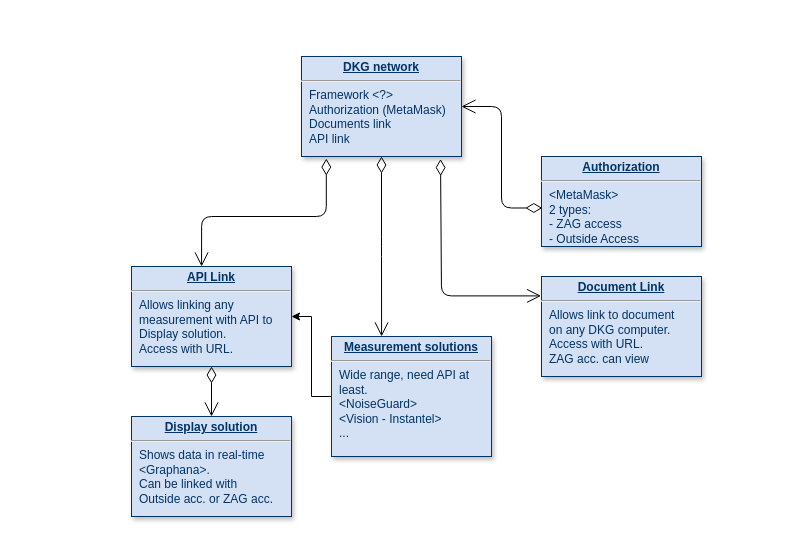
The draw.io diagram Basic Diagram.drawio in RokRud/ZAG-DKG, before the edit. Source tidied: cells renumbered, new cells numbered last; positions are measured from the earlier drawing's top-left corner, leaving out a move shared by most shapes. Both pictures are drawn from the tidied source at 100%, with x=0, y=0 at pixel (131, 56).
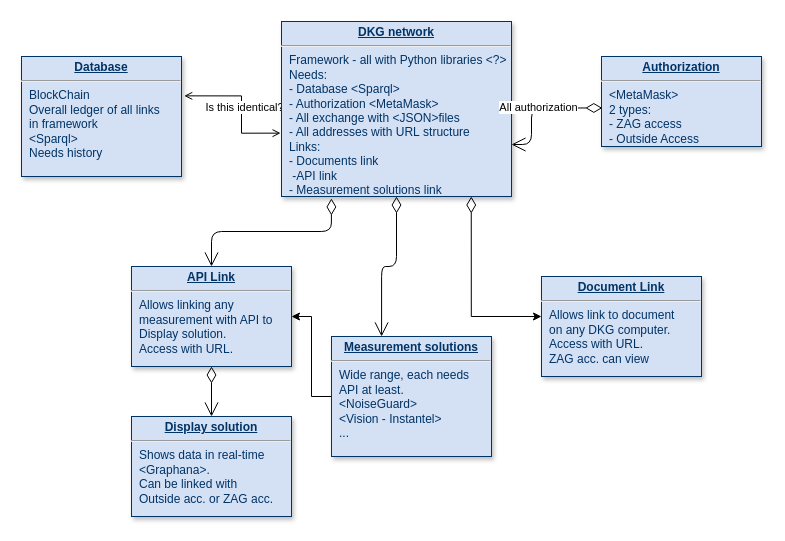
Above is the later version.

Unchanged cells that the change refers to:
```xml
<mxCell id="6" value="&lt;p style=&quot;margin: 0px; margin-top: 4px; text-align: center; text-decoration: underline;&quot;&gt;&lt;b&gt;Document Link&lt;/b&gt;&lt;/p&gt;&lt;hr&gt;&lt;p style=&quot;margin: 0px; margin-left: 8px;&quot;&gt;Allows link to document&lt;/p&gt;&lt;p style=&quot;margin: 0px; margin-left: 8px;&quot;&gt;on any DKG computer.&lt;/p&gt;&lt;p style=&quot;margin: 0px; margin-left: 8px;&quot;&gt;Access with URL.&lt;/p&gt;&lt;p style=&quot;margin: 0px; margin-left: 8px;&quot;&gt;ZAG acc. can view&lt;/p&gt;&lt;p style=&quot;margin: 0px; margin-left: 8px;&quot;&gt;&lt;br&gt;&lt;/p&gt;" style="verticalAlign=top;align=left;overflow=fill;fontSize=12;fontFamily=Helvetica;html=1;strokeColor=#003366;shadow=1;fillColor=#D4E1F5;fontColor=#003366;" parent="1" vertex="1">
  <mxGeometry x="410" y="220" width="160" height="100" as="geometry" />
</mxCell>
<mxCell id="7" value="&lt;p style=&quot;margin: 0px; margin-top: 4px; text-align: center; text-decoration: underline;&quot;&gt;&lt;b&gt;API Link&lt;/b&gt;&lt;/p&gt;&lt;hr&gt;&lt;p style=&quot;margin: 0px; margin-left: 8px;&quot;&gt;Allows linking any&lt;/p&gt;&lt;p style=&quot;margin: 0px; margin-left: 8px;&quot;&gt;&lt;span style=&quot;background-color: transparent; color: light-dark(rgb(0, 51, 102), rgb(161, 205, 249));&quot;&gt;measurement with API to&lt;/span&gt;&lt;/p&gt;&lt;p style=&quot;margin: 0px; margin-left: 8px;&quot;&gt;&lt;span style=&quot;background-color: transparent; color: light-dark(rgb(0, 51, 102), rgb(161, 205, 249));&quot;&gt;Display solution.&lt;/span&gt;&lt;/p&gt;&lt;p style=&quot;margin: 0px; margin-left: 8px;&quot;&gt;Access with URL.&lt;/p&gt;" style="verticalAlign=top;align=left;overflow=fill;fontSize=12;fontFamily=Helvetica;html=1;strokeColor=#003366;shadow=1;fillColor=#D4E1F5;fontColor=#003366;" parent="1" vertex="1">
  <mxGeometry y="210" width="160" height="100" as="geometry" />
</mxCell>
```

The edit, as a diff of the source:
```diff
@@
+    <mxCell id="14" style="edgeStyle=orthogonalEdgeStyle;rounded=0;jettySize=auto;html=1;entryX=1.017;entryY=0.328;entryDx=0;entryDy=0;startArrow=open;startFill=0;endArrow=open;endFill=0;exitX=-0.004;exitY=0.638;exitDx=0;exitDy=0;exitPerimeter=0;entryPerimeter=0;" parent="1" edge="1" source="2" target="17">
+      <mxGeometry relative="1" as="geometry">
+        <Array as="points">
+          <mxPoint x="110" y="77" />
+          <mxPoint x="110" y="39" />
+        </Array>
+      </mxGeometry>
+    </mxCell>
+    <mxCell id="15" value="Is this identical?" style="edgeLabel;html=1;align=center;verticalAlign=middle;" parent="14" vertex="1">
+      <mxGeometry x="0.18" y="-3" relative="1" as="geometry">
+        <mxPoint x="5" y="14" as="offset" />
+      </mxGeometry>
+    </mxCell>
-    <mxCell id="2" value="&lt;p style=&quot;margin: 0px; margin-top: 4px; text-align: center; text-decoration: underline;&quot;&gt;&lt;b&gt;DKG network&lt;/b&gt;&lt;/p&gt;&lt;hr&gt;&lt;p style=&quot;margin: 0px; margin-left: 8px;&quot;&gt;Framework &amp;lt;?&amp;gt;&lt;/p&gt;&lt;p style=&quot;margin: 0px; margin-left: 8px;&quot;&gt;Authorization (MetaMask)&lt;/p&gt;&lt;p style=&quot;margin: 0px; margin-left: 8px;&quot;&gt;Documents link&lt;/p&gt;&lt;p style=&quot;margin: 0px; margin-left: 8px;&quot;&gt;API link&lt;/p&gt;" style="verticalAlign=top;align=left;overflow=fill;fontSize=12;fontFamily=Helvetica;html=1;strokeColor=#003366;shadow=1;fillColor=#D4E1F5;fontColor=#003366;" parent="1" vertex="1">
-      <mxGeometry x="170" width="160" height="100" as="geometry" />
+    <mxCell id="2" value="&lt;p style=&quot;margin: 0px; margin-top: 4px; text-align: center; text-decoration: underline;&quot;&gt;&lt;b&gt;DKG network&lt;/b&gt;&lt;/p&gt;&lt;hr&gt;&lt;p style=&quot;margin: 0px; margin-left: 8px;&quot;&gt;Framework - all with Python&amp;nbsp;&lt;span style=&quot;background-color: transparent; color: light-dark(rgb(0, 51, 102), rgb(161, 205, 249));&quot;&gt;libraries &amp;lt;?&amp;gt;&lt;/span&gt;&lt;/p&gt;&lt;p style=&quot;margin: 0px; margin-left: 8px;&quot;&gt;Needs:&lt;/p&gt;&lt;p style=&quot;margin: 0px; margin-left: 8px;&quot;&gt;- Database &amp;lt;Sparql&amp;gt;&lt;/p&gt;&lt;p style=&quot;margin: 0px; margin-left: 8px;&quot;&gt;- Authorization &amp;lt;MetaMask&amp;gt;&lt;/p&gt;&lt;p style=&quot;margin: 0px; margin-left: 8px;&quot;&gt;- All exchange with &amp;lt;JSON&amp;gt;&lt;span style=&quot;background-color: transparent; color: light-dark(rgb(0, 51, 102), rgb(161, 205, 249));&quot;&gt;files&lt;/span&gt;&lt;/p&gt;&lt;p style=&quot;margin: 0px; margin-left: 8px;&quot;&gt;- All addresses with URL&amp;nbsp;&lt;span style=&quot;background-color: transparent; color: light-dark(rgb(0, 51, 102), rgb(161, 205, 249));&quot;&gt;structure&lt;/span&gt;&lt;/p&gt;&lt;p style=&quot;margin: 0px; margin-left: 8px;&quot;&gt;&lt;span style=&quot;background-color: transparent; color: light-dark(rgb(0, 51, 102), rgb(161, 205, 249));&quot;&gt;Links:&lt;/span&gt;&lt;/p&gt;&lt;p style=&quot;margin: 0px; margin-left: 8px;&quot;&gt;- Documents link&lt;/p&gt;&lt;p style=&quot;margin: 0px; margin-left: 8px;&quot;&gt;&amp;nbsp;-API link&lt;/p&gt;&lt;p style=&quot;margin: 0px; margin-left: 8px;&quot;&gt;- Measurement solutions link&lt;/p&gt;" style="verticalAlign=top;align=left;overflow=fill;fontSize=12;fontFamily=Helvetica;html=1;strokeColor=#003366;shadow=1;fillColor=#D4E1F5;fontColor=#003366;" parent="1" vertex="1">
+      <mxGeometry x="150" y="-35" width="230" height="175" as="geometry" />
     </mxCell>
-    <mxCell id="3" style="endArrow=open;endSize=12;startArrow=diamondThin;startSize=14;startFill=0;edgeStyle=orthogonalEdgeStyle;exitX=0.869;exitY=1.026;exitDx=0;exitDy=0;exitPerimeter=0;entryX=-0.003;entryY=0.194;entryDx=0;entryDy=0;entryPerimeter=0;" parent="1" edge="1" source="2" target="6">
-      <mxGeometry x="620" y="340" as="geometry">
-        <Array as="points">
-          <mxPoint x="310" y="103" />
-          <mxPoint x="310" y="240" />
-          <mxPoint x="410" y="240" />
-        </Array>
-      </mxGeometry>
-    </mxCell>
     <mxCell id="4" value="&lt;p style=&quot;margin: 0px; margin-top: 4px; text-align: center; text-decoration: underline;&quot;&gt;&lt;b&gt;Authorization&lt;/b&gt;&lt;/p&gt;&lt;hr&gt;&lt;p style=&quot;margin: 0px; margin-left: 8px;&quot;&gt;&lt;span style=&quot;background-color: transparent; color: light-dark(rgb(0, 51, 102), rgb(161, 205, 249));&quot;&gt;&amp;lt;MetaMask&amp;gt;&lt;/span&gt;&lt;/p&gt;&lt;p style=&quot;margin: 0px; margin-left: 8px;&quot;&gt;&lt;span style=&quot;background-color: transparent; color: light-dark(rgb(0, 51, 102), rgb(161, 205, 249));&quot;&gt;2 types:&lt;/span&gt;&lt;/p&gt;&lt;p style=&quot;margin: 0px; margin-left: 8px;&quot;&gt;&lt;span style=&quot;background-color: transparent; color: light-dark(rgb(0, 51, 102), rgb(161, 205, 249));&quot;&gt;- ZAG access&lt;/span&gt;&lt;/p&gt;&lt;p style=&quot;margin: 0px; margin-left: 8px;&quot;&gt;&lt;span style=&quot;background-color: transparent; color: light-dark(rgb(0, 51, 102), rgb(161, 205, 249));&quot;&gt;- Outside Access&lt;/span&gt;&lt;/p&gt;&lt;p style=&quot;margin: 0px; margin-left: 8px;&quot;&gt;&lt;span style=&quot;background-color: transparent; color: light-dark(rgb(0, 51, 102), rgb(161, 205, 249));&quot;&gt;&lt;br&gt;&lt;/span&gt;&lt;/p&gt;" style="verticalAlign=top;align=left;overflow=fill;fontSize=12;fontFamily=Helvetica;html=1;strokeColor=#003366;shadow=1;fillColor=#D4E1F5;fontColor=#003366;" parent="1" vertex="1">
-      <mxGeometry x="410" y="100" width="160" height="90" as="geometry" />
+      <mxGeometry x="470" width="160" height="90" as="geometry" />
     </mxCell>
-    <mxCell id="5" style="endArrow=open;endSize=12;startArrow=diamondThin;startSize=14;startFill=0;edgeStyle=orthogonalEdgeStyle;exitX=0.005;exitY=0.572;exitDx=0;exitDy=0;entryX=1;entryY=0.5;entryDx=0;entryDy=0;exitPerimeter=0;" parent="1" edge="1" source="4" target="2">
-      <mxGeometry x="620" y="340" as="geometry" />
+    <mxCell id="5" style="endArrow=open;endSize=12;startArrow=diamondThin;startSize=14;startFill=0;edgeStyle=orthogonalEdgeStyle;exitX=0.005;exitY=0.572;exitDx=0;exitDy=0;exitPerimeter=0;convertToSvg=1;entryX=1;entryY=0.703;entryDx=0;entryDy=0;entryPerimeter=0;" parent="1" edge="1" source="4" target="2">
+      <mxGeometry x="620" y="340" as="geometry">
+        <Array as="points">
+          <mxPoint x="400" y="52" />
+          <mxPoint x="400" y="88" />
+        </Array>
+      </mxGeometry>
     </mxCell>
+    <mxCell id="16" value="All authorization" style="edgeLabel;html=1;align=center;verticalAlign=middle;" parent="5" vertex="1">
+      <mxGeometry relative="1" as="geometry">
+        <mxPoint y="-1" as="offset" />
+      </mxGeometry>
+    </mxCell>
@@
-    <mxCell id="8" style="endArrow=open;endSize=12;startArrow=diamondThin;startSize=14;startFill=0;edgeStyle=orthogonalEdgeStyle;exitX=0.155;exitY=1.021;exitDx=0;exitDy=0;entryX=0.438;entryY=0;entryDx=0;entryDy=0;exitPerimeter=0;entryPerimeter=0;" parent="1" edge="1" source="2" target="7">
-      <mxGeometry x="620" y="340" as="geometry">
-        <Array as="points">
-          <mxPoint x="195" y="160" />
-          <mxPoint x="70" y="160" />
-        </Array>
-      </mxGeometry>
-    </mxCell>
@@
-    <mxCell id="12" value="&lt;p style=&quot;margin: 0px; margin-top: 4px; text-align: center; text-decoration: underline;&quot;&gt;&lt;b&gt;Measurement solutions&lt;/b&gt;&lt;/p&gt;&lt;hr&gt;&lt;p style=&quot;margin: 0px; margin-left: 8px;&quot;&gt;Wide range, need API at&lt;/p&gt;&lt;p style=&quot;margin: 0px; margin-left: 8px;&quot;&gt;least.&lt;/p&gt;&lt;p style=&quot;margin: 0px; margin-left: 8px;&quot;&gt;&amp;lt;NoiseGuard&amp;gt;&lt;/p&gt;&lt;p style=&quot;margin: 0px; margin-left: 8px;&quot;&gt;&amp;lt;Vision - Instantel&amp;gt;&lt;/p&gt;&lt;p style=&quot;margin: 0px; margin-left: 8px;&quot;&gt;...&lt;/p&gt;" style="verticalAlign=top;align=left;overflow=fill;fontSize=12;fontFamily=Helvetica;html=1;strokeColor=#003366;shadow=1;fillColor=#D4E1F5;fontColor=#003366;" parent="1" vertex="1">
+    <mxCell id="12" value="&lt;p style=&quot;margin: 0px; margin-top: 4px; text-align: center; text-decoration: underline;&quot;&gt;&lt;b&gt;Measurement solutions&lt;/b&gt;&lt;/p&gt;&lt;hr&gt;&lt;p style=&quot;margin: 0px; margin-left: 8px;&quot;&gt;Wide range, each needs&amp;nbsp;&lt;/p&gt;&lt;p style=&quot;margin: 0px; margin-left: 8px;&quot;&gt;API at&amp;nbsp;&lt;span style=&quot;background-color: transparent; color: light-dark(rgb(0, 51, 102), rgb(161, 205, 249));&quot;&gt;least.&lt;/span&gt;&lt;/p&gt;&lt;p style=&quot;margin: 0px; margin-left: 8px;&quot;&gt;&amp;lt;NoiseGuard&amp;gt;&lt;/p&gt;&lt;p style=&quot;margin: 0px; margin-left: 8px;&quot;&gt;&amp;lt;Vision - Instantel&amp;gt;&lt;/p&gt;&lt;p style=&quot;margin: 0px; margin-left: 8px;&quot;&gt;...&lt;/p&gt;" style="verticalAlign=top;align=left;overflow=fill;fontSize=12;fontFamily=Helvetica;html=1;strokeColor=#003366;shadow=1;fillColor=#D4E1F5;fontColor=#003366;" parent="1" vertex="1">
       <mxGeometry x="200" y="280" width="160" height="120" as="geometry" />
     </mxCell>
@@
+    <mxCell id="17" value="&lt;p style=&quot;margin: 0px; margin-top: 4px; text-align: center; text-decoration: underline;&quot;&gt;&lt;b&gt;Database&lt;/b&gt;&lt;/p&gt;&lt;hr&gt;&lt;p style=&quot;margin: 0px; margin-left: 8px;&quot;&gt;BlockChain&lt;/p&gt;&lt;p style=&quot;margin: 0px; margin-left: 8px;&quot;&gt;Overall ledger of all links&lt;/p&gt;&lt;p style=&quot;margin: 0px; margin-left: 8px;&quot;&gt;in framework&lt;/p&gt;&lt;p style=&quot;margin: 0px; margin-left: 8px;&quot;&gt;&amp;lt;Sparql&amp;gt;&lt;/p&gt;&lt;p style=&quot;margin: 0px; margin-left: 8px;&quot;&gt;Needs history&lt;/p&gt;" style="verticalAlign=top;align=left;overflow=fill;fontSize=12;fontFamily=Helvetica;html=1;strokeColor=#003366;shadow=1;fillColor=#D4E1F5;fontColor=#003366;" parent="1" vertex="1">
+      <mxGeometry x="-110" width="160" height="120" as="geometry" />
+    </mxCell>
+    <mxCell id="3" style="edgeStyle=orthogonalEdgeStyle;rounded=0;jettySize=auto;html=1;entryX=0;entryY=0.4;entryDx=0;entryDy=0;entryPerimeter=0;exitX=0.825;exitY=1;exitDx=0;exitDy=0;exitPerimeter=0;startArrow=diamondThin;startFill=0;startSize=14;" parent="1" edge="1" source="2" target="6">
+      <mxGeometry relative="1" as="geometry" />
+    </mxCell>
+    <mxCell id="8" style="endArrow=open;endSize=12;startArrow=diamondThin;startSize=14;startFill=0;edgeStyle=orthogonalEdgeStyle;exitX=0.217;exitY=1.011;exitDx=0;exitDy=0;entryX=0.5;entryY=0;entryDx=0;entryDy=0;exitPerimeter=0;" parent="1" edge="1" source="2" target="7">
+      <mxGeometry x="620" y="340" as="geometry" />
+    </mxCell>
```
